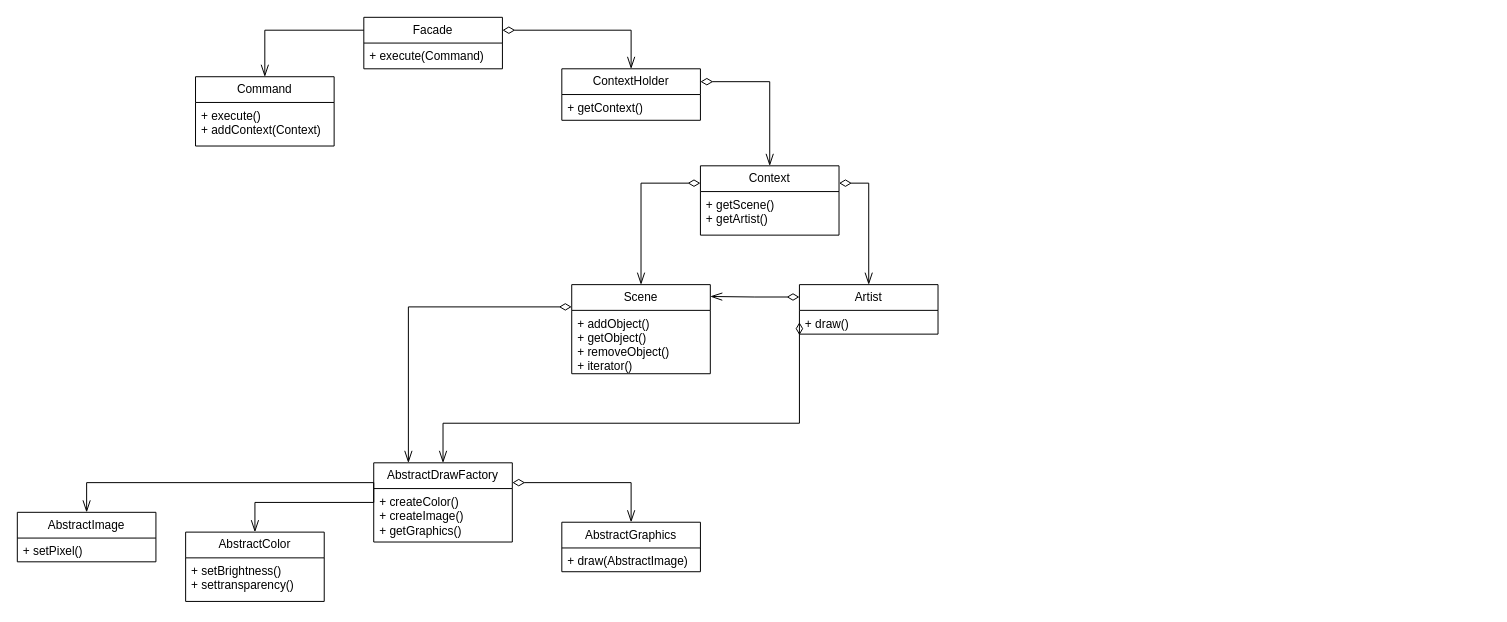
Earlier version of the draw.io diagram uml/diagram.drawio (N1ckBaran0v/cg-coursework). Source tidied: cells renumbered, new cells numbered last; positions are measured from the earlier drawing's top-left corner, leaving out a move shared by most shapes. Both pictures are drawn from the tidied source at 99%, with x=0, y=0 at pixel (17, 17).
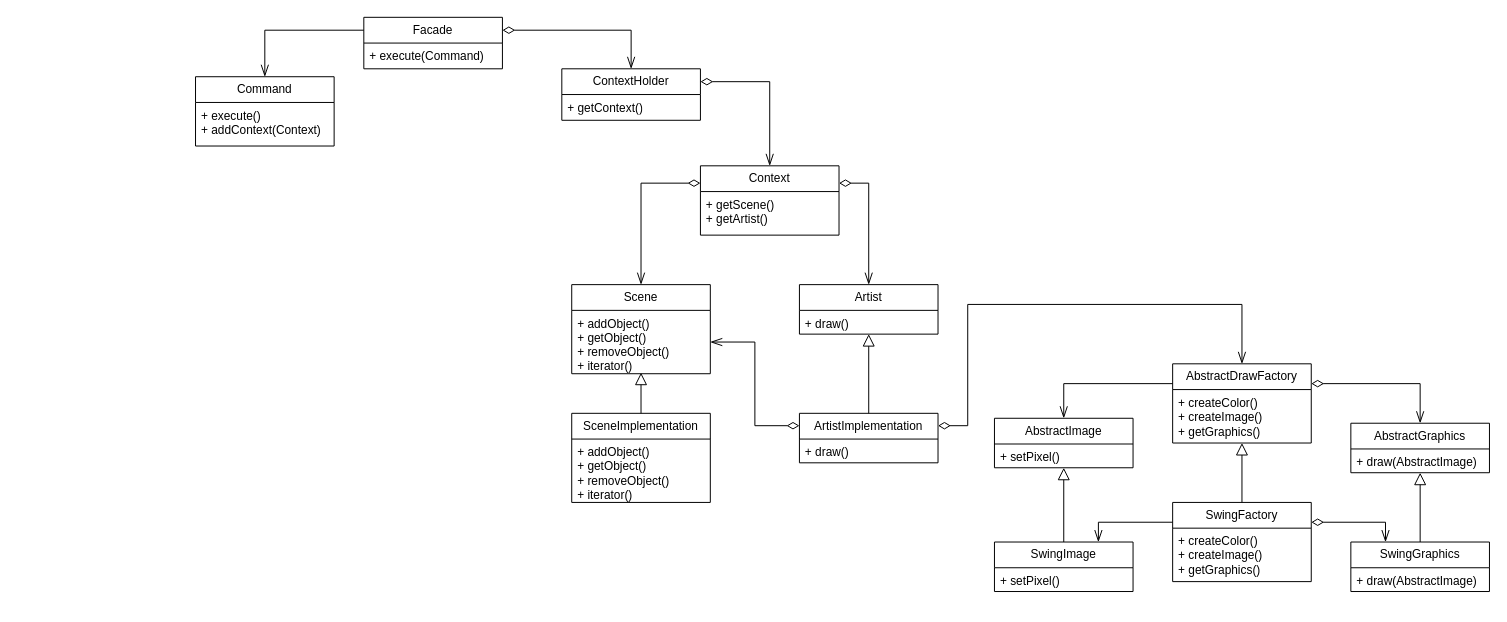
The same diagram, later.

Commit message:
diagram was fixed, added implementations

The change refers to these unchanged cells:
```xml
<mxCell id="8" value="Artist" style="swimlane;fontStyle=0;horizontal=1;startSize=26;fillColor=none;whiteSpace=wrap;html=1;" parent="1" vertex="1">
  <mxGeometry x="790" y="270" width="140" height="50" as="geometry" />
</mxCell>
<mxCell id="9" value="&lt;div&gt;&lt;div&gt;+ draw()&lt;/div&gt;&lt;/div&gt;" style="text;strokeColor=none;fillColor=none;align=left;verticalAlign=top;spacingLeft=4;spacingRight=4;overflow=hidden;points=[[0,0.5],[1,0.5]];portConstraint=eastwest;whiteSpace=wrap;html=1;" parent="8" vertex="1">
  <mxGeometry y="26" width="140" height="24" as="geometry" />
</mxCell>
<mxCell id="14" value="&lt;div&gt;&lt;div&gt;+ createColor()&lt;/div&gt;&lt;/div&gt;&lt;div&gt;+ createImage()&lt;/div&gt;&lt;div&gt;+ getGraphics()&lt;/div&gt;&lt;div&gt;&lt;br&gt;&lt;/div&gt;" style="text;strokeColor=none;fillColor=none;align=left;verticalAlign=top;spacingLeft=4;spacingRight=4;overflow=hidden;points=[[0,0.5],[1,0.5]];portConstraint=eastwest;whiteSpace=wrap;html=1;" parent="13" vertex="1">
  <mxGeometry y="26" width="140" height="54" as="geometry" />
</mxCell>
<mxCell id="18" value="&lt;div&gt;&lt;div&gt;+ setPixel()&lt;/div&gt;&lt;/div&gt;" style="text;strokeColor=none;fillColor=none;align=left;verticalAlign=top;spacingLeft=4;spacingRight=4;overflow=hidden;points=[[0,0.5],[1,0.5]];portConstraint=eastwest;whiteSpace=wrap;html=1;" parent="17" vertex="1">
  <mxGeometry y="26" width="140" height="24" as="geometry" />
</mxCell>
<mxCell id="20" value="&lt;div&gt;&lt;div&gt;+ draw(AbstractImage)&lt;/div&gt;&lt;/div&gt;" style="text;strokeColor=none;fillColor=none;align=left;verticalAlign=top;spacingLeft=4;spacingRight=4;overflow=hidden;points=[[0,0.5],[1,0.5]];portConstraint=eastwest;whiteSpace=wrap;html=1;" parent="19" vertex="1">
  <mxGeometry y="26" width="140" height="24" as="geometry" />
</mxCell>
<mxCell id="29" value="Scene" style="swimlane;fontStyle=0;horizontal=1;startSize=26;fillColor=none;whiteSpace=wrap;html=1;" parent="1" vertex="1">
  <mxGeometry x="560" y="270" width="140" height="90" as="geometry" />
</mxCell>
<mxCell id="30" value="&lt;div&gt;&lt;div&gt;+ addObject()&lt;/div&gt;&lt;/div&gt;&lt;div&gt;+ getObject()&lt;/div&gt;&lt;div&gt;+ removeObject()&lt;/div&gt;&lt;div&gt;+ iterator()&lt;/div&gt;" style="text;strokeColor=none;fillColor=none;align=left;verticalAlign=top;spacingLeft=4;spacingRight=4;overflow=hidden;points=[[0,0.5],[1,0.5]];portConstraint=eastwest;whiteSpace=wrap;html=1;" parent="29" vertex="1">
  <mxGeometry y="26" width="140" height="64" as="geometry" />
</mxCell>
```

What changed in the source:
```diff
@@
-    <mxCell id="11" style="edgeStyle=orthogonalEdgeStyle;shape=connector;rounded=0;jettySize=auto;html=1;exitX=0;exitY=0.25;exitDx=0;exitDy=0;entryX=0.5;entryY=0;entryDx=0;entryDy=0;strokeColor=default;align=center;verticalAlign=middle;fontFamily=Helvetica;fontSize=11;fontColor=default;labelBackgroundColor=default;startSize=10;endArrow=openThin;endFill=0;endSize=10;" parent="1" edge="1" source="13" target="15">
-      <mxGeometry relative="1" as="geometry">
-        <Array as="points">
-          <mxPoint x="360" y="490" />
-          <mxPoint x="240" y="490" />
-        </Array>
-      </mxGeometry>
-    </mxCell>
@@
     <mxCell id="13" value="AbstractDrawFactory" style="swimlane;fontStyle=0;horizontal=1;startSize=26;fillColor=none;whiteSpace=wrap;html=1;" parent="1" vertex="1">
-      <mxGeometry x="360" y="450" width="140" height="80" as="geometry" />
+      <mxGeometry x="1167" y="350" width="140" height="80" as="geometry" />
     </mxCell>
@@
-    <mxCell id="15" value="AbstractColor" style="swimlane;fontStyle=0;horizontal=1;startSize=26;fillColor=none;whiteSpace=wrap;html=1;" parent="1" vertex="1">
-      <mxGeometry x="170" y="520" width="140" height="70" as="geometry" />
-    </mxCell>
-    <mxCell id="16" value="&lt;div&gt;&lt;div&gt;+ setBrightness()&lt;/div&gt;&lt;/div&gt;&lt;div&gt;+ settransparency()&lt;/div&gt;" style="text;strokeColor=none;fillColor=none;align=left;verticalAlign=top;spacingLeft=4;spacingRight=4;overflow=hidden;whiteSpace=wrap;html=1;" parent="15" vertex="1">
-      <mxGeometry y="26" width="140" height="44" as="geometry" />
-    </mxCell>
     <mxCell id="17" value="AbstractImage" style="swimlane;fontStyle=0;horizontal=1;startSize=26;fillColor=none;whiteSpace=wrap;html=1;" parent="1" vertex="1">
-      <mxGeometry y="500" width="140" height="50" as="geometry" />
+      <mxGeometry x="987" y="405" width="140" height="50" as="geometry" />
     </mxCell>
@@
     <mxCell id="19" value="AbstractGraphics" style="swimlane;fontStyle=0;horizontal=1;startSize=26;fillColor=none;whiteSpace=wrap;html=1;" parent="1" vertex="1">
-      <mxGeometry x="550" y="510" width="140" height="50" as="geometry" />
+      <mxGeometry x="1347" y="410" width="140" height="50" as="geometry" />
     </mxCell>
@@
-    <mxCell id="28" style="edgeStyle=orthogonalEdgeStyle;shape=connector;rounded=0;jettySize=auto;html=1;exitX=0;exitY=0.25;exitDx=0;exitDy=0;entryX=0.25;entryY=0;entryDx=0;entryDy=0;strokeColor=default;align=center;verticalAlign=middle;fontFamily=Helvetica;fontSize=11;fontColor=default;labelBackgroundColor=default;startArrow=diamondThin;startFill=0;startSize=10;endArrow=openThin;endFill=0;endSize=10;" parent="1" edge="1" source="29" target="13">
-      <mxGeometry relative="1" as="geometry" />
-    </mxCell>
@@
-    <mxCell id="31" style="edgeStyle=orthogonalEdgeStyle;shape=connector;rounded=0;jettySize=auto;html=1;exitX=0;exitY=0.25;exitDx=0;exitDy=0;entryX=1;entryY=0.133;entryDx=0;entryDy=0;entryPerimeter=0;strokeColor=default;align=center;verticalAlign=middle;fontFamily=Helvetica;fontSize=11;fontColor=default;labelBackgroundColor=default;startArrow=diamondThin;startFill=0;startSize=10;endArrow=openThin;endFill=0;endSize=10;" parent="1" edge="1" source="8" target="29">
-      <mxGeometry relative="1" as="geometry" />
-    </mxCell>
-    <mxCell id="32" style="edgeStyle=orthogonalEdgeStyle;shape=connector;rounded=0;jettySize=auto;html=1;exitX=0;exitY=0.5;exitDx=0;exitDy=0;entryX=0.5;entryY=0;entryDx=0;entryDy=0;strokeColor=default;align=center;verticalAlign=middle;fontFamily=Helvetica;fontSize=11;fontColor=default;labelBackgroundColor=default;startArrow=diamondThin;startFill=0;startSize=10;endArrow=openThin;endFill=0;endSize=10;" parent="1" edge="1" source="9" target="13">
-      <mxGeometry relative="1" as="geometry">
-        <Array as="points">
-          <mxPoint x="790" y="410" />
-          <mxPoint x="430" y="410" />
-        </Array>
-      </mxGeometry>
-    </mxCell>
+    <mxCell id="33" style="edgeStyle=orthogonalEdgeStyle;shape=connector;rounded=0;jettySize=auto;html=1;exitX=0;exitY=0.25;exitDx=0;exitDy=0;entryX=1;entryY=0.5;entryDx=0;entryDy=0;strokeColor=default;align=center;verticalAlign=middle;fontFamily=Helvetica;fontSize=11;fontColor=default;labelBackgroundColor=default;startArrow=diamondThin;startFill=0;startSize=10;endArrow=openThin;endFill=0;endSize=10;" parent="1" edge="1" source="35" target="30">
+      <mxGeometry relative="1" as="geometry" />
+    </mxCell>
+    <mxCell id="34" style="edgeStyle=orthogonalEdgeStyle;shape=connector;rounded=0;jettySize=auto;html=1;exitX=1;exitY=0.25;exitDx=0;exitDy=0;entryX=0.5;entryY=0;entryDx=0;entryDy=0;strokeColor=default;align=center;verticalAlign=middle;fontFamily=Helvetica;fontSize=11;fontColor=default;labelBackgroundColor=default;startArrow=diamondThin;startFill=0;startSize=10;endArrow=openThin;endFill=0;endSize=10;" parent="1" edge="1" source="35" target="13">
+      <mxGeometry relative="1" as="geometry">
+        <Array as="points">
+          <mxPoint x="960" y="413" />
+          <mxPoint x="960" y="290" />
+          <mxPoint x="1237" y="290" />
+        </Array>
+      </mxGeometry>
+    </mxCell>
+    <mxCell id="35" value="ArtistImplementation" style="swimlane;fontStyle=0;horizontal=1;startSize=26;fillColor=none;whiteSpace=wrap;html=1;" parent="1" vertex="1">
+      <mxGeometry x="790" y="400" width="140" height="50" as="geometry" />
+    </mxCell>
+    <mxCell id="36" value="&lt;div&gt;&lt;div&gt;+ draw()&lt;/div&gt;&lt;/div&gt;" style="text;strokeColor=none;fillColor=none;align=left;verticalAlign=top;spacingLeft=4;spacingRight=4;overflow=hidden;whiteSpace=wrap;html=1;" parent="35" vertex="1">
+      <mxGeometry y="26" width="140" height="24" as="geometry" />
+    </mxCell>
+    <mxCell id="37" value="SceneImplementation" style="swimlane;fontStyle=0;horizontal=1;startSize=26;fillColor=none;whiteSpace=wrap;html=1;" parent="1" vertex="1">
+      <mxGeometry x="560" y="400" width="140" height="90" as="geometry" />
+    </mxCell>
+    <mxCell id="38" value="&lt;div&gt;&lt;div&gt;+ addObject()&lt;/div&gt;&lt;/div&gt;&lt;div&gt;+ getObject()&lt;/div&gt;&lt;div&gt;+ removeObject()&lt;/div&gt;&lt;div&gt;+ iterator()&lt;/div&gt;" style="text;strokeColor=none;fillColor=none;align=left;verticalAlign=top;spacingLeft=4;spacingRight=4;overflow=hidden;whiteSpace=wrap;html=1;" parent="37" vertex="1">
+      <mxGeometry y="26" width="140" height="64" as="geometry" />
+    </mxCell>
+    <mxCell id="39" style="edgeStyle=orthogonalEdgeStyle;shape=connector;rounded=0;jettySize=auto;html=1;exitX=0.5;exitY=0;exitDx=0;exitDy=0;entryX=0.5;entryY=1;entryDx=0;entryDy=0;entryPerimeter=0;strokeColor=default;align=center;verticalAlign=middle;fontFamily=Helvetica;fontSize=11;fontColor=default;labelBackgroundColor=default;startArrow=none;startFill=0;startSize=10;endArrow=block;endFill=0;endSize=10;" parent="1" edge="1" source="35" target="9">
+      <mxGeometry relative="1" as="geometry" />
+    </mxCell>
+    <mxCell id="40" style="edgeStyle=orthogonalEdgeStyle;shape=connector;rounded=0;jettySize=auto;html=1;exitX=0.5;exitY=0;exitDx=0;exitDy=0;entryX=0.5;entryY=0.984;entryDx=0;entryDy=0;entryPerimeter=0;strokeColor=default;align=center;verticalAlign=middle;fontFamily=Helvetica;fontSize=11;fontColor=default;labelBackgroundColor=default;startArrow=none;startFill=0;startSize=10;endArrow=block;endFill=0;endSize=10;" parent="1" edge="1" source="37" target="30">
+      <mxGeometry relative="1" as="geometry" />
+    </mxCell>
+    <mxCell id="41" style="edgeStyle=orthogonalEdgeStyle;shape=connector;rounded=0;jettySize=auto;html=1;exitX=1;exitY=0.25;exitDx=0;exitDy=0;entryX=0.25;entryY=0;entryDx=0;entryDy=0;strokeColor=default;align=center;verticalAlign=middle;fontFamily=Helvetica;fontSize=11;fontColor=default;labelBackgroundColor=default;startArrow=diamondThin;startFill=0;startSize=10;endArrow=openThin;endFill=0;endSize=10;" parent="1" edge="1" source="43" target="47">
+      <mxGeometry relative="1" as="geometry" />
+    </mxCell>
+    <mxCell id="42" style="edgeStyle=orthogonalEdgeStyle;shape=connector;rounded=0;jettySize=auto;html=1;exitX=0;exitY=0.25;exitDx=0;exitDy=0;entryX=0.75;entryY=0;entryDx=0;entryDy=0;strokeColor=default;align=center;verticalAlign=middle;fontFamily=Helvetica;fontSize=11;fontColor=default;labelBackgroundColor=default;startSize=10;endArrow=openThin;endFill=0;endSize=10;" parent="1" edge="1" source="43" target="45">
+      <mxGeometry relative="1" as="geometry" />
+    </mxCell>
+    <mxCell id="43" value="SwingFactory" style="swimlane;fontStyle=0;horizontal=1;startSize=26;fillColor=none;whiteSpace=wrap;html=1;" parent="1" vertex="1">
+      <mxGeometry x="1167" y="490" width="140" height="80" as="geometry" />
+    </mxCell>
+    <mxCell id="44" value="&lt;div&gt;&lt;div&gt;+ createColor()&lt;/div&gt;&lt;/div&gt;&lt;div&gt;+ createImage()&lt;/div&gt;&lt;div&gt;+ getGraphics()&lt;/div&gt;&lt;div&gt;&lt;br&gt;&lt;/div&gt;" style="text;strokeColor=none;fillColor=none;align=left;verticalAlign=top;spacingLeft=4;spacingRight=4;overflow=hidden;whiteSpace=wrap;html=1;" parent="43" vertex="1">
+      <mxGeometry y="26" width="140" height="54" as="geometry" />
+    </mxCell>
+    <mxCell id="45" value="SwingImage" style="swimlane;fontStyle=0;horizontal=1;startSize=26;fillColor=none;whiteSpace=wrap;html=1;" parent="1" vertex="1">
+      <mxGeometry x="987" y="530" width="140" height="50" as="geometry" />
+    </mxCell>
+    <mxCell id="46" value="&lt;div&gt;&lt;div&gt;+ setPixel()&lt;/div&gt;&lt;/div&gt;" style="text;strokeColor=none;fillColor=none;align=left;verticalAlign=top;spacingLeft=4;spacingRight=4;overflow=hidden;whiteSpace=wrap;html=1;" parent="45" vertex="1">
+      <mxGeometry y="26" width="140" height="24" as="geometry" />
+    </mxCell>
+    <mxCell id="47" value="SwingGraphics" style="swimlane;fontStyle=0;horizontal=1;startSize=26;fillColor=none;whiteSpace=wrap;html=1;" parent="1" vertex="1">
+      <mxGeometry x="1347" y="530" width="140" height="50" as="geometry" />
+    </mxCell>
+    <mxCell id="48" value="&lt;div&gt;&lt;div&gt;+ draw(AbstractImage)&lt;/div&gt;&lt;/div&gt;" style="text;strokeColor=none;fillColor=none;align=left;verticalAlign=top;spacingLeft=4;spacingRight=4;overflow=hidden;whiteSpace=wrap;html=1;" parent="47" vertex="1">
+      <mxGeometry y="26" width="140" height="24" as="geometry" />
+    </mxCell>
+    <mxCell id="49" style="edgeStyle=orthogonalEdgeStyle;shape=connector;rounded=0;jettySize=auto;html=1;exitX=0.5;exitY=0;exitDx=0;exitDy=0;entryX=0.5;entryY=1;entryDx=0;entryDy=0;entryPerimeter=0;strokeColor=default;align=center;verticalAlign=middle;fontFamily=Helvetica;fontSize=11;fontColor=default;labelBackgroundColor=default;startArrow=none;startFill=0;startSize=10;endArrow=block;endFill=0;endSize=10;" parent="1" edge="1" source="47" target="20">
+      <mxGeometry relative="1" as="geometry" />
+    </mxCell>
+    <mxCell id="50" style="edgeStyle=orthogonalEdgeStyle;shape=connector;rounded=0;jettySize=auto;html=1;exitX=0.5;exitY=0;exitDx=0;exitDy=0;entryX=0.5;entryY=1;entryDx=0;entryDy=0;entryPerimeter=0;strokeColor=default;align=center;verticalAlign=middle;fontFamily=Helvetica;fontSize=11;fontColor=default;labelBackgroundColor=default;startArrow=none;startFill=0;startSize=10;endArrow=block;endFill=0;endSize=10;" parent="1" edge="1" source="45" target="18">
+      <mxGeometry relative="1" as="geometry" />
+    </mxCell>
+    <mxCell id="51" style="edgeStyle=orthogonalEdgeStyle;shape=connector;rounded=0;jettySize=auto;html=1;exitX=0.5;exitY=0;exitDx=0;exitDy=0;entryX=0.5;entryY=1;entryDx=0;entryDy=0;entryPerimeter=0;strokeColor=default;align=center;verticalAlign=middle;fontFamily=Helvetica;fontSize=11;fontColor=default;labelBackgroundColor=default;startArrow=none;startFill=0;startSize=10;endArrow=block;endFill=0;endSize=10;" parent="1" edge="1" source="43" target="14">
+      <mxGeometry relative="1" as="geometry" />
+    </mxCell>
```
